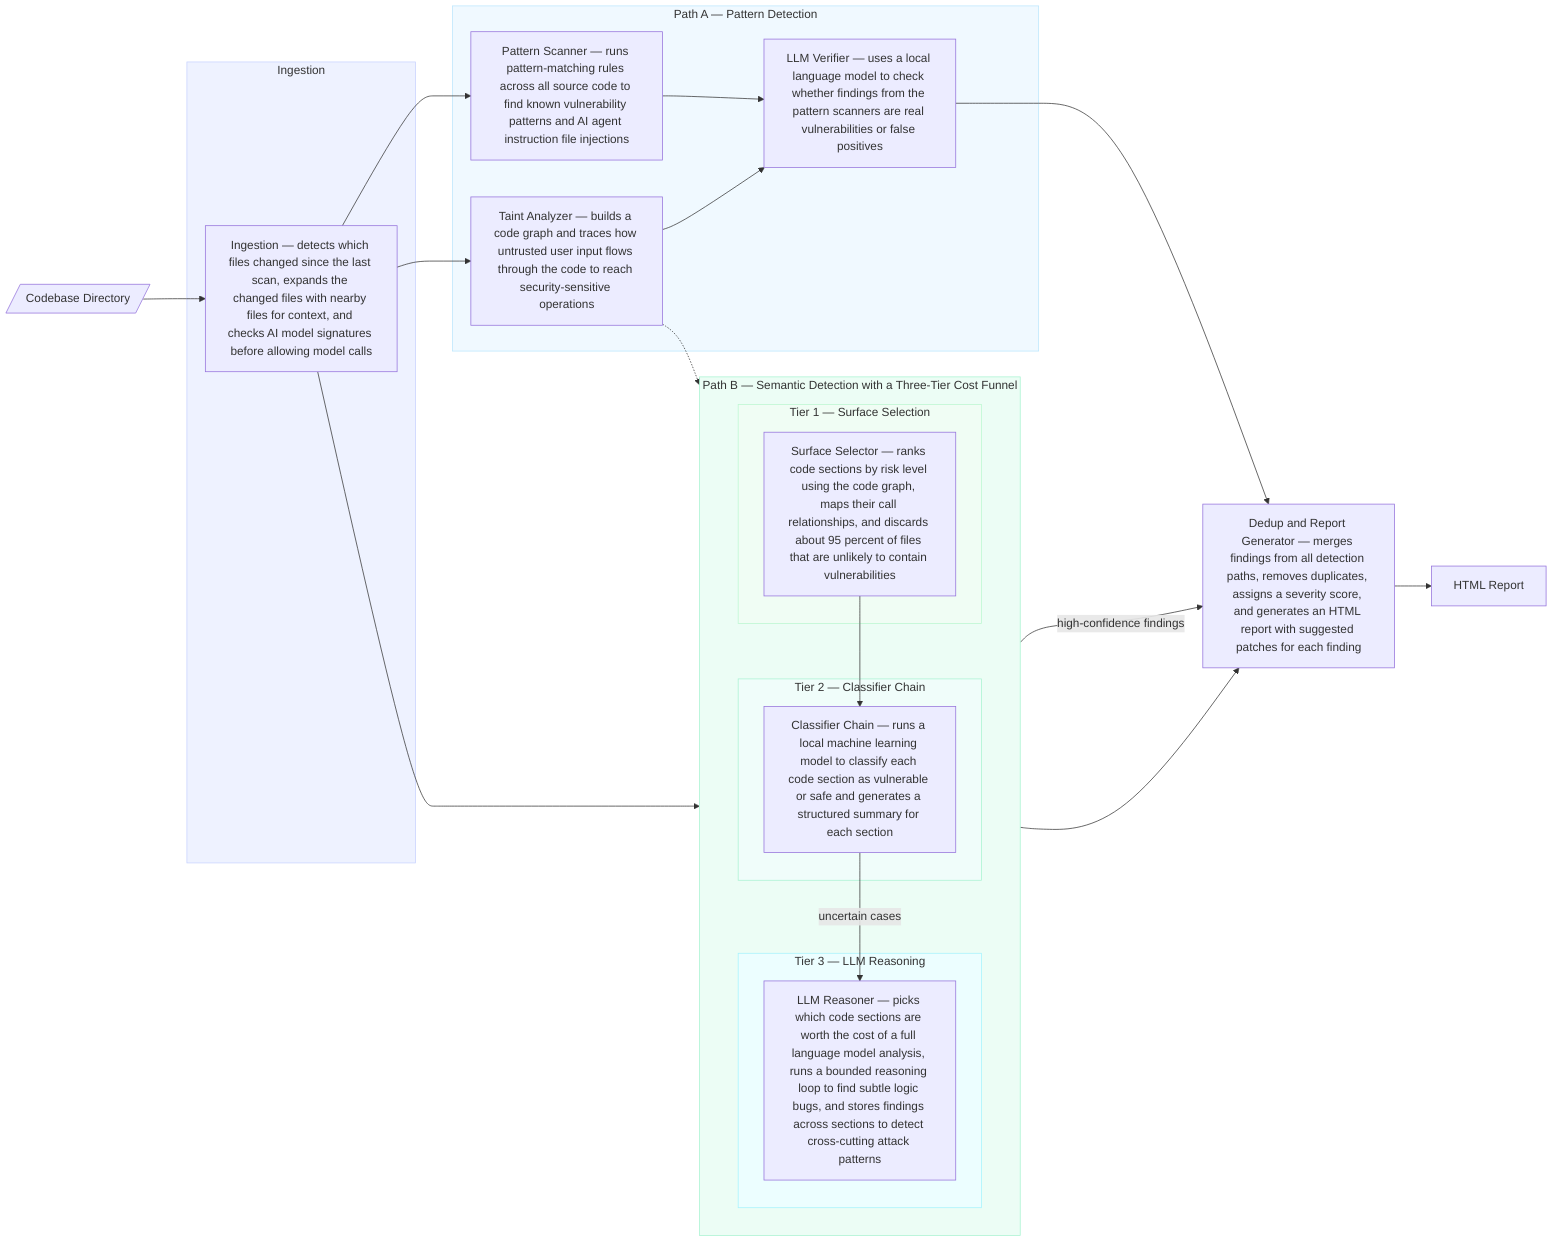
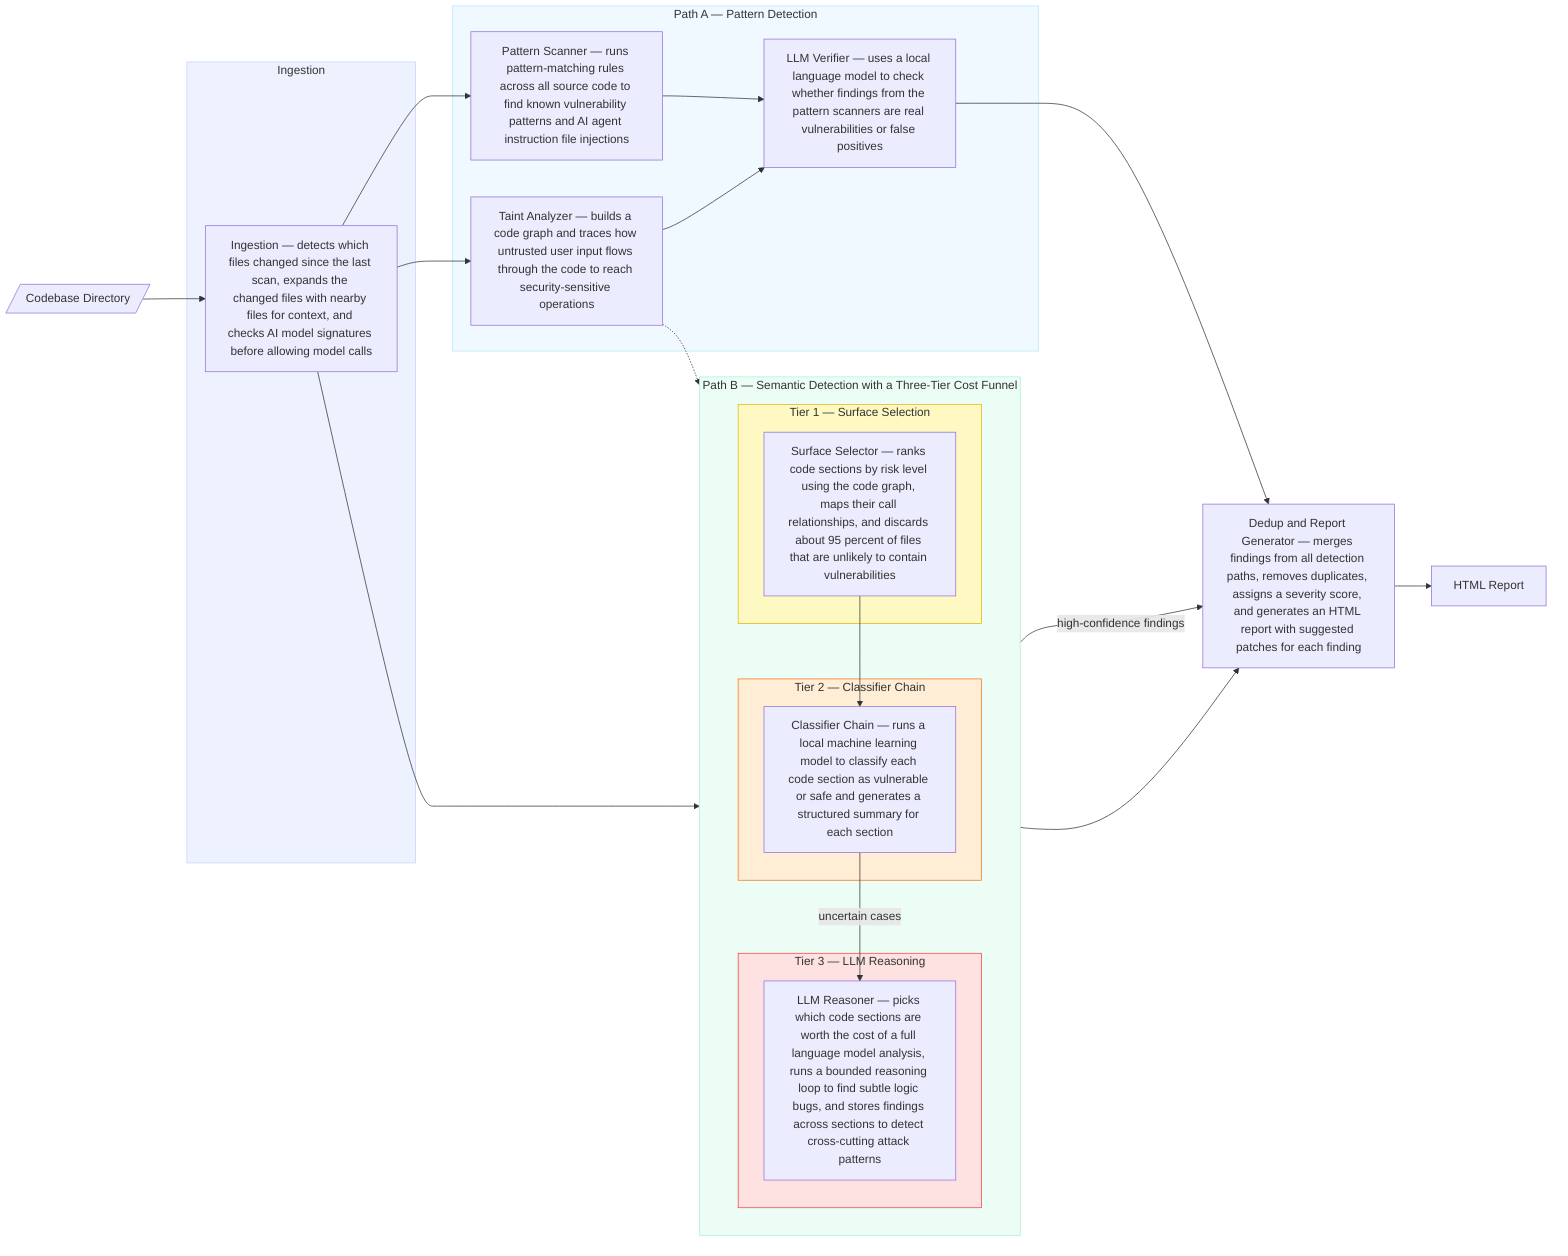
flowchart LR
    Input[/"Codebase Directory"/]

    subgraph INGEST["Ingestion"]
        Ingestion["Ingestion — detects which files changed since the last scan, expands the changed files with nearby files for context, and checks AI model signatures before allowing model calls"]
    end

    subgraph PA["Path A — Pattern Detection"]
        PA_PS["Pattern Scanner — runs pattern-matching rules across all source code to find known vulnerability patterns and AI agent instruction file injections"]
        PA_TA["Taint Analyzer — builds a code graph and traces how untrusted user input flows through the code to reach security-sensitive operations"]
        PA_LV["LLM Verifier — uses a local language model to check whether findings from the pattern scanners are real vulnerabilities or false positives"]
    end

    subgraph PB["Path B — Semantic Detection with a Three-Tier Cost Funnel"]
        direction TB
        subgraph T1["Tier 1 — Surface Selection"]
            PB_SS["Surface Selector — ranks code sections by risk level using the code graph, maps their call relationships, and discards about 95 percent of files that are unlikely to contain vulnerabilities"]
        end

        subgraph T2["Tier 2 — Classifier Chain"]
            PB_CC["Classifier Chain — runs a local machine learning model to classify each code section as vulnerable or safe and generates a structured summary for each section"]
        end

        subgraph T3["Tier 3 — LLM Reasoning"]
            PB_LR["LLM Reasoner — picks which code sections are worth the cost of a full language model analysis, runs a bounded reasoning loop to find subtle logic bugs, and stores findings across sections to detect cross-cutting attack patterns"]
        end
    end

    Input --> Ingestion
    Ingestion --> PA_PS
    Ingestion --> PA_TA
    Ingestion --> PB_SS
    PA_TA --> PA_LV
    PA_PS --> PA_LV
    PA_TA -.-> PB_SS
    PB_SS --> PB_CC
    PB_CC -->|"uncertain cases"| PB_LR

    PA_LV --> Dedup
    PB_CC -->|"high-confidence findings"| Dedup
    PB_LR --> Dedup

    Dedup["Dedup and Report Generator — merges findings from all detection paths, removes duplicates, assigns a severity score, and generates an HTML report with suggested patches for each finding"]
    Dedup --> FinalReport["HTML Report"]

    %% Subgraph background styles — minimal tinted palette
    style INGEST fill:#eef2ff,stroke:#c7d2fe
    style PA fill:#f0f9ff,stroke:#bae6fd
    style PB fill:#ecfdf5,stroke:#a7f3d0
-     style T1 fill:#f0fdf4,stroke:#bbf7d0
-     style T2 fill:#f0fdfa,stroke:#a7f3d0
-     style T3 fill:#ecfeff,stroke:#a5f3fc
+     style T1 fill:#fef9c3,stroke:#eab308
+     style T2 fill:#ffedd5,stroke:#f97316
+     style T3 fill:#fee2e2,stroke:#ef4444
